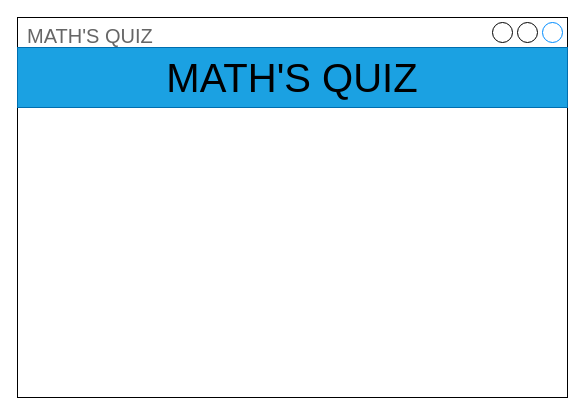
Before: Untitled Diagram.drawio in Jamman72341/01_Temperature, a draw.io diagram. Source tidied: cells renumbered, new cells numbered last; positions are measured from the earlier drawing's top-left corner, leaving out a move shared by most shapes. Both pictures are drawn from the tidied source at 100%, with x=0, y=0 at pixel (17, 17).
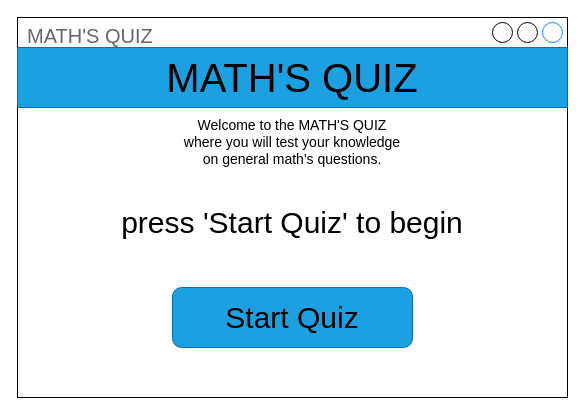
The same diagram, later.

Change to the diagram source:
```diff
@@
 <mxGraphModel>
   <root>
     <mxCell id="0" />
     <mxCell id="1" parent="0" />
     <mxCell id="2" value="MATH'S QUIZ" style="strokeWidth=1;shadow=0;dashed=0;align=center;html=1;shape=mxgraph.mockup.containers.window;align=left;verticalAlign=top;spacingLeft=8;strokeColor2=#008cff;strokeColor3=#c4c4c4;fontColor=#666666;mainText=;fontSize=20;labelBackgroundColor=none;" parent="1" vertex="1">
       <mxGeometry width="550" height="380" as="geometry" />
     </mxCell>
     <mxCell id="3" value="MATH'S QUIZ" style="rounded=0;whiteSpace=wrap;html=1;fontSize=40;fillColor=#1ba1e2;strokeColor=#006EAF;fontColor=#000000;" parent="1" vertex="1">
       <mxGeometry y="30" width="550" height="60" as="geometry" />
     </mxCell>
+    <mxCell id="4" value="Welcome to the MATH'S QUIZ&lt;br&gt;where you will test your knowledge&lt;br&gt;on general math's questions." style="text;html=1;strokeColor=none;fillColor=none;align=center;verticalAlign=middle;whiteSpace=wrap;rounded=0;fontSize=14;" parent="1" vertex="1">
+      <mxGeometry y="90" width="550" height="70" as="geometry" />
+    </mxCell>
+    <mxCell id="5" value="press 'Start Quiz' to begin" style="text;html=1;strokeColor=none;fillColor=none;align=center;verticalAlign=middle;whiteSpace=wrap;rounded=0;fontSize=30;" parent="1" vertex="1">
+      <mxGeometry x="95" y="180" width="360" height="50" as="geometry" />
+    </mxCell>
+    <mxCell id="6" value="Start Quiz" style="rounded=1;whiteSpace=wrap;html=1;fontSize=30;fillColor=#1ba1e2;strokeColor=#006EAF;fontColor=#000000;" parent="1" vertex="1">
+      <mxGeometry x="155" y="270" width="240" height="60" as="geometry" />
+    </mxCell>
   </root>
 </mxGraphModel>
```
